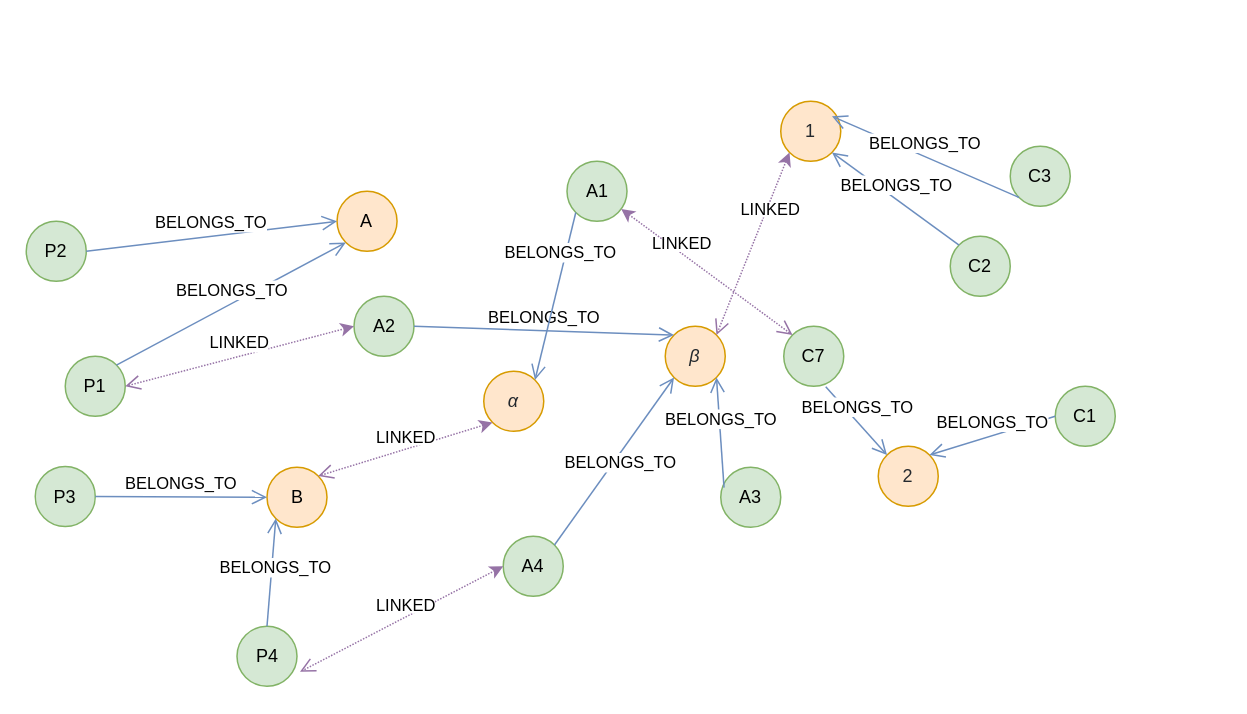
littlelittlemoon/DiagramsRepository keeps this draw.io diagram as BOM/bom-gdb.drawio. Above is the earlier version. Source tidied: cells renumbered, new cells numbered last; positions are measured from the earlier drawing's top-left corner, leaving out a move shared by most shapes. Both pictures are drawn from the tidied source at 150%, with x=0, y=0 at pixel (26, 100).
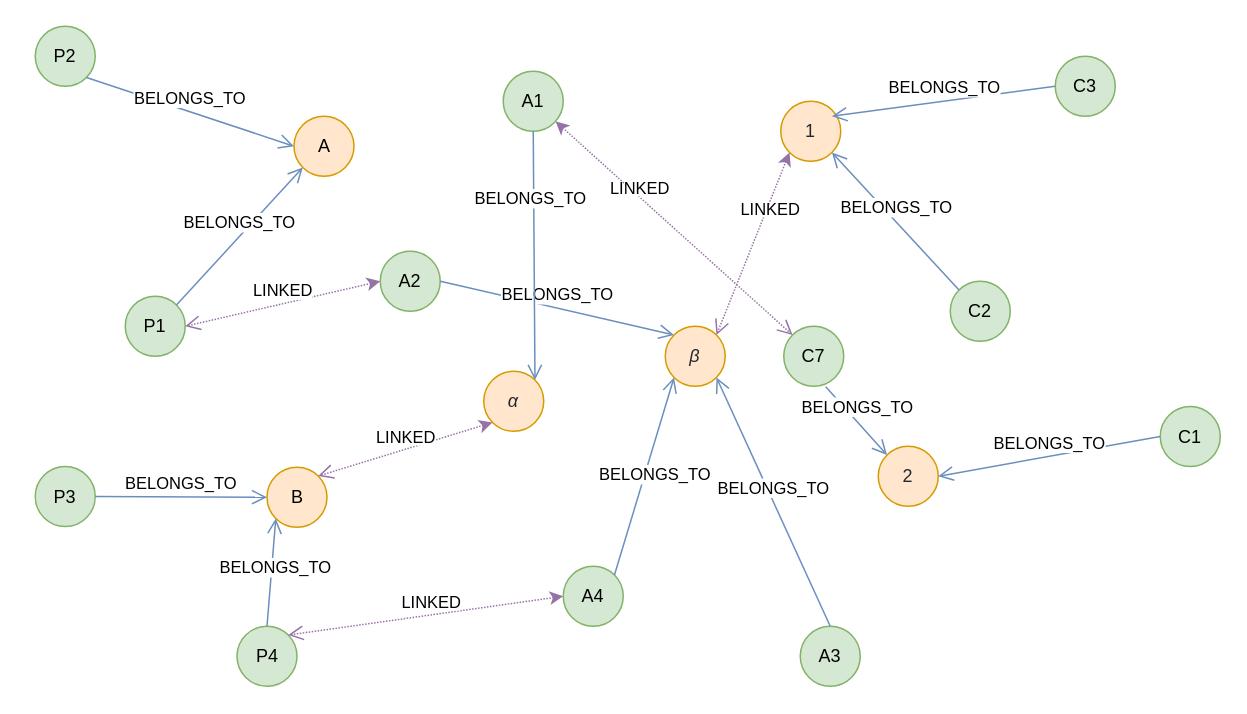
The same page after the edit.

The change refers to these unchanged cells:
```xml
<mxCell id="4" value="&lt;span style=&quot;color: rgb(36 , 41 , 46) ; font-family: &amp;#34;katex_math&amp;#34; ; font-style: italic ; text-align: left&quot;&gt;β&lt;/span&gt;" style="ellipse;whiteSpace=wrap;html=1;verticalAlign=middle;fillColor=#ffe6cc;strokeColor=#d79b00;" parent="1" vertex="1">
  <mxGeometry x="426" y="150" width="40" height="40" as="geometry" />
</mxCell>
<mxCell id="5" value="&lt;span style=&quot;color: rgb(36 , 41 , 46) ; font-family: &amp;#34;katex_math&amp;#34; ; font-style: italic ; text-align: left&quot;&gt;α&lt;/span&gt;" style="ellipse;whiteSpace=wrap;html=1;verticalAlign=middle;fillColor=#ffe6cc;strokeColor=#d79b00;" parent="1" vertex="1">
  <mxGeometry x="305" y="180" width="40" height="40" as="geometry" />
</mxCell>
<mxCell id="6" value="&lt;span style=&quot;color: rgb(36 , 41 , 46) ; font-family: &amp;#34;katex_math&amp;#34; ; text-align: left&quot;&gt;1&lt;/span&gt;" style="ellipse;whiteSpace=wrap;html=1;verticalAlign=middle;fillColor=#ffe6cc;strokeColor=#d79b00;" parent="1" vertex="1">
  <mxGeometry x="503" width="40" height="40" as="geometry" />
</mxCell>
<mxCell id="7" value="&lt;span style=&quot;color: rgb(36 , 41 , 46) ; font-family: &amp;#34;katex_math&amp;#34; ; text-align: left&quot;&gt;2&lt;/span&gt;" style="ellipse;whiteSpace=wrap;html=1;verticalAlign=middle;fillColor=#ffe6cc;strokeColor=#d79b00;" parent="1" vertex="1">
  <mxGeometry x="568" y="230" width="40" height="40" as="geometry" />
</mxCell>
<mxCell id="15" value="P4" style="ellipse;whiteSpace=wrap;html=1;verticalAlign=middle;fillColor=#d5e8d4;strokeColor=#82b366;" parent="1" vertex="1">
  <mxGeometry x="140.5" y="350" width="40" height="40" as="geometry" />
</mxCell>
```

Diff of the diagram source:
```diff
@@
     <mxCell id="2" value="A" style="ellipse;whiteSpace=wrap;html=1;verticalAlign=middle;fillColor=#ffe6cc;strokeColor=#d79b00;" parent="1" vertex="1">
-      <mxGeometry x="207.2" y="60" width="40" height="40" as="geometry" />
+      <mxGeometry x="178.5" y="10" width="40" height="40" as="geometry" />
     </mxCell>
@@
     <mxCell id="8" value="A4" style="ellipse;whiteSpace=wrap;html=1;verticalAlign=middle;fillColor=#d5e8d4;strokeColor=#82b366;" parent="1" vertex="1">
-      <mxGeometry x="318" y="290" width="40" height="40" as="geometry" />
+      <mxGeometry x="358" y="310" width="40" height="40" as="geometry" />
     </mxCell>
     <mxCell id="9" value="A2" style="ellipse;whiteSpace=wrap;html=1;verticalAlign=middle;fillColor=#d5e8d4;strokeColor=#82b366;" parent="1" vertex="1">
-      <mxGeometry x="218.5" y="130" width="40" height="40" as="geometry" />
+      <mxGeometry x="236" y="100" width="40" height="40" as="geometry" />
     </mxCell>
     <mxCell id="10" value="A3" style="ellipse;whiteSpace=wrap;html=1;verticalAlign=middle;fillColor=#d5e8d4;strokeColor=#82b366;" parent="1" vertex="1">
-      <mxGeometry x="463" y="244" width="40" height="40" as="geometry" />
+      <mxGeometry x="516" y="350" width="40" height="40" as="geometry" />
     </mxCell>
     <mxCell id="11" value="A1" style="ellipse;whiteSpace=wrap;html=1;verticalAlign=middle;fillColor=#d5e8d4;strokeColor=#82b366;" parent="1" vertex="1">
-      <mxGeometry x="360.5" y="40" width="40" height="40" as="geometry" />
+      <mxGeometry x="318" y="-20" width="40" height="40" as="geometry" />
     </mxCell>
     <mxCell id="12" value="P1" style="ellipse;whiteSpace=wrap;html=1;verticalAlign=middle;fillColor=#d5e8d4;strokeColor=#82b366;" parent="1" vertex="1">
-      <mxGeometry x="26" y="170" width="40" height="40" as="geometry" />
+      <mxGeometry x="66" y="130" width="40" height="40" as="geometry" />
     </mxCell>
     <mxCell id="13" value="P2" style="ellipse;whiteSpace=wrap;html=1;verticalAlign=middle;fillColor=#d5e8d4;strokeColor=#82b366;" parent="1" vertex="1">
-      <mxGeometry y="80" width="40" height="40" as="geometry" />
+      <mxGeometry x="6" y="-50" width="40" height="40" as="geometry" />
     </mxCell>
@@
-    <mxCell id="17" value="&lt;font style=&quot;font-size: 11px&quot;&gt;BELONGS_TO&lt;/font&gt;" style="html=1;verticalAlign=bottom;endArrow=open;endSize=8;entryX=0;entryY=0.5;entryDx=0;entryDy=0;exitX=1;exitY=0.5;exitDx=0;exitDy=0;fontSize=9;fillColor=#dae8fc;strokeColor=#6c8ebf;" parent="1" edge="1" source="13" target="2">
+    <mxCell id="17" value="&lt;font style=&quot;font-size: 11px&quot;&gt;BELONGS_TO&lt;/font&gt;" style="html=1;verticalAlign=bottom;endArrow=open;endSize=8;entryX=0;entryY=0.5;entryDx=0;entryDy=0;exitX=1;exitY=1;exitDx=0;exitDy=0;fontSize=9;fillColor=#dae8fc;strokeColor=#6c8ebf;" parent="1" edge="1" source="13" target="2">
       <mxGeometry relative="1" as="geometry" />
     </mxCell>
@@
-    <mxCell id="23" value="&lt;font style=&quot;font-size: 11px&quot;&gt;BELONGS_TO&lt;/font&gt;" style="html=1;verticalAlign=bottom;endArrow=open;endSize=8;fontSize=9;exitX=0.055;exitY=0.34;exitDx=0;exitDy=0;exitPerimeter=0;entryX=1;entryY=1;entryDx=0;entryDy=0;fillColor=#dae8fc;strokeColor=#6c8ebf;" parent="1" edge="1" source="10" target="4">
+    <mxCell id="23" value="&lt;font style=&quot;font-size: 11px&quot;&gt;BELONGS_TO&lt;/font&gt;" style="html=1;verticalAlign=bottom;endArrow=open;endSize=8;fontSize=9;exitX=0.5;exitY=0;exitDx=0;exitDy=0;entryX=1;entryY=1;entryDx=0;entryDy=0;fillColor=#dae8fc;strokeColor=#6c8ebf;" parent="1" edge="1" source="10" target="4">
       <mxGeometry relative="1" as="geometry" />
     </mxCell>
@@
-    <mxCell id="25" value="&lt;font style=&quot;font-size: 11px ; line-height: 50%&quot;&gt;LINKED&lt;/font&gt;" style="html=1;verticalAlign=bottom;endArrow=open;endSize=8;fontSize=6;entryX=1.05;entryY=0.76;entryDx=0;entryDy=0;dashed=1;dashPattern=1 1;startArrow=classic;startFill=1;fillColor=#e1d5e7;strokeColor=#9673a6;exitX=0;exitY=0.5;exitDx=0;exitDy=0;entryPerimeter=0;" parent="1" edge="1" source="8" target="15">
+    <mxCell id="25" value="&lt;font style=&quot;font-size: 11px ; line-height: 50%&quot;&gt;LINKED&lt;/font&gt;" style="html=1;verticalAlign=bottom;endArrow=open;endSize=8;fontSize=6;entryX=1;entryY=0;entryDx=0;entryDy=0;dashed=1;dashPattern=1 1;startArrow=classic;startFill=1;fillColor=#e1d5e7;strokeColor=#9673a6;exitX=0;exitY=0.5;exitDx=0;exitDy=0;" parent="1" edge="1" source="8" target="15">
       <mxGeometry x="-0.04" relative="1" as="geometry" />
     </mxCell>
-    <mxCell id="26" value="&lt;font style=&quot;font-size: 11px&quot;&gt;BELONGS_TO&lt;/font&gt;" style="html=1;verticalAlign=bottom;endArrow=open;endSize=8;exitX=0;exitY=1;exitDx=0;exitDy=0;fontSize=9;entryX=1;entryY=0;entryDx=0;entryDy=0;fillColor=#dae8fc;strokeColor=#6c8ebf;" parent="1" edge="1" source="11" target="5">
+    <mxCell id="26" value="&lt;font style=&quot;font-size: 11px&quot;&gt;BELONGS_TO&lt;/font&gt;" style="html=1;verticalAlign=bottom;endArrow=open;endSize=8;exitX=0.5;exitY=1;exitDx=0;exitDy=0;fontSize=9;entryX=1;entryY=0;entryDx=0;entryDy=0;fillColor=#dae8fc;strokeColor=#6c8ebf;" parent="1" edge="1" source="11" target="5">
       <mxGeometry x="-0.35" y="-2" relative="1" as="geometry" />
     </mxCell>
     <mxCell id="27" value="C3" style="ellipse;whiteSpace=wrap;html=1;verticalAlign=middle;fillColor=#d5e8d4;strokeColor=#82b366;" parent="1" vertex="1">
-      <mxGeometry x="656" y="30" width="40" height="40" as="geometry" />
+      <mxGeometry x="686" y="-30" width="40" height="40" as="geometry" />
     </mxCell>
     <mxCell id="28" value="C2" style="ellipse;whiteSpace=wrap;html=1;verticalAlign=middle;fillColor=#d5e8d4;strokeColor=#82b366;" parent="1" vertex="1">
-      <mxGeometry x="616" y="90" width="40" height="40" as="geometry" />
+      <mxGeometry x="616" y="120" width="40" height="40" as="geometry" />
     </mxCell>
-    <mxCell id="29" value="&lt;font style=&quot;font-size: 11px&quot;&gt;BELONGS_TO&lt;/font&gt;" style="html=1;verticalAlign=bottom;endArrow=open;endSize=8;exitX=0;exitY=1;exitDx=0;exitDy=0;fontSize=9;entryX=0.854;entryY=0.25;entryDx=0;entryDy=0;fillColor=#dae8fc;strokeColor=#6c8ebf;entryPerimeter=0;" parent="1" edge="1" source="27" target="6">
+    <mxCell id="29" value="&lt;font style=&quot;font-size: 11px&quot;&gt;BELONGS_TO&lt;/font&gt;" style="html=1;verticalAlign=bottom;endArrow=open;endSize=8;exitX=0;exitY=0.5;exitDx=0;exitDy=0;fontSize=9;entryX=0.854;entryY=0.25;entryDx=0;entryDy=0;fillColor=#dae8fc;strokeColor=#6c8ebf;entryPerimeter=0;" parent="1" edge="1" source="27" target="6">
       <mxGeometry relative="1" as="geometry" />
     </mxCell>
@@
     <mxCell id="31" value="C1" style="ellipse;whiteSpace=wrap;html=1;verticalAlign=middle;fillColor=#d5e8d4;strokeColor=#82b366;" parent="1" vertex="1">
-      <mxGeometry x="686" y="190" width="40" height="40" as="geometry" />
+      <mxGeometry x="756" y="203.5" width="40" height="40" as="geometry" />
     </mxCell>
@@
-    <mxCell id="34" value="&lt;font style=&quot;font-size: 11px&quot;&gt;BELONGS_TO&lt;/font&gt;" style="html=1;verticalAlign=bottom;endArrow=open;endSize=8;exitX=0;exitY=0.5;exitDx=0;exitDy=0;fontSize=9;entryX=1;entryY=0;entryDx=0;entryDy=0;fillColor=#dae8fc;strokeColor=#6c8ebf;" parent="1" edge="1" source="31" target="7">
+    <mxCell id="34" value="&lt;font style=&quot;font-size: 11px&quot;&gt;BELONGS_TO&lt;/font&gt;" style="html=1;verticalAlign=bottom;endArrow=open;endSize=8;exitX=0;exitY=0.5;exitDx=0;exitDy=0;fontSize=9;entryX=1;entryY=0.5;entryDx=0;entryDy=0;fillColor=#dae8fc;strokeColor=#6c8ebf;" parent="1" edge="1" source="31" target="7">
       <mxGeometry relative="1" as="geometry" />
     </mxCell>
```
